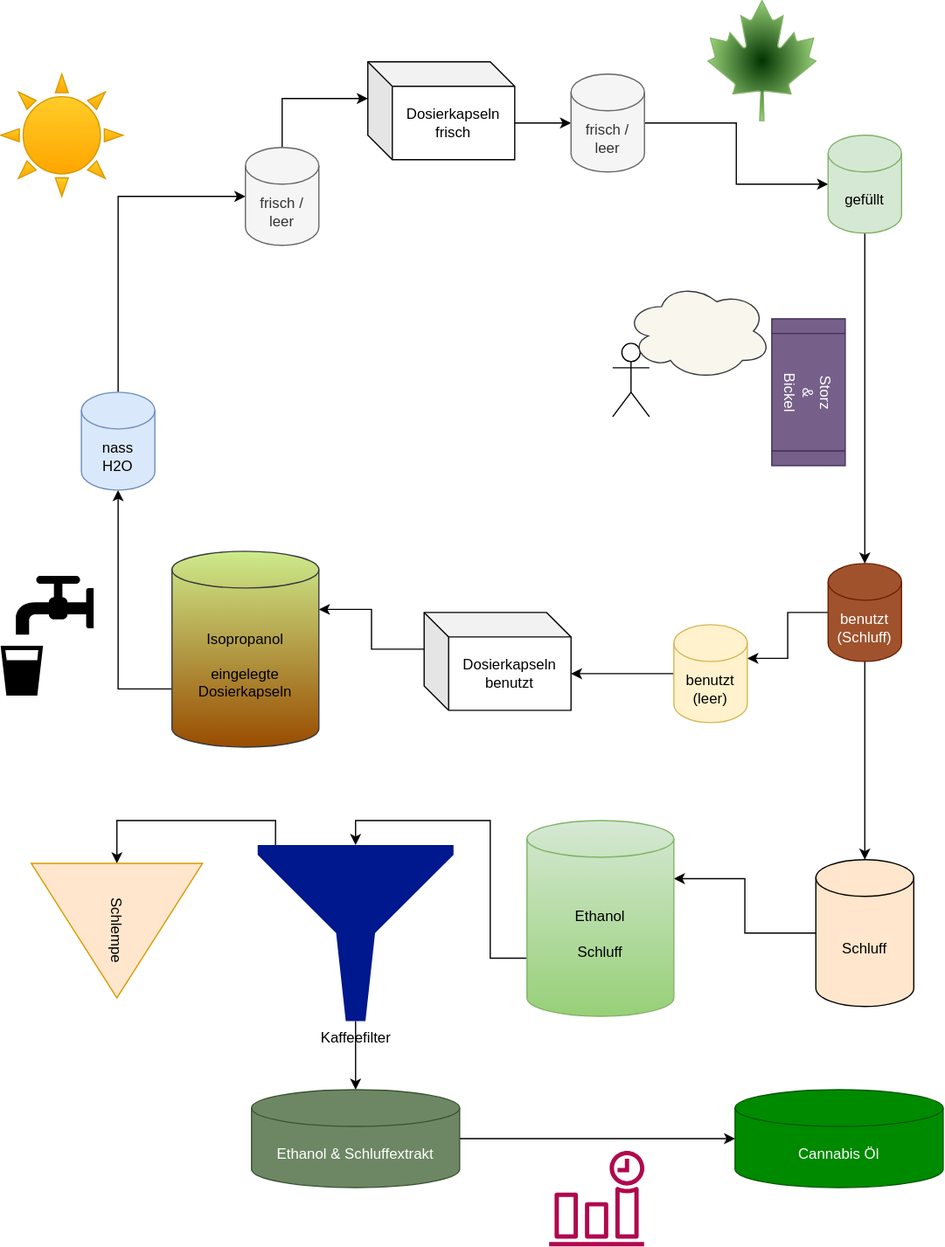
Above: fotzbeck/schluff/SundB-Workflow.drawio.svg in k3daevin/k3daevin.github.io (draw.io), before the change. Source tidied: cells renumbered, new cells last; positions are measured from the earlier drawing's top-left corner, leaving out a move shared by most shapes.
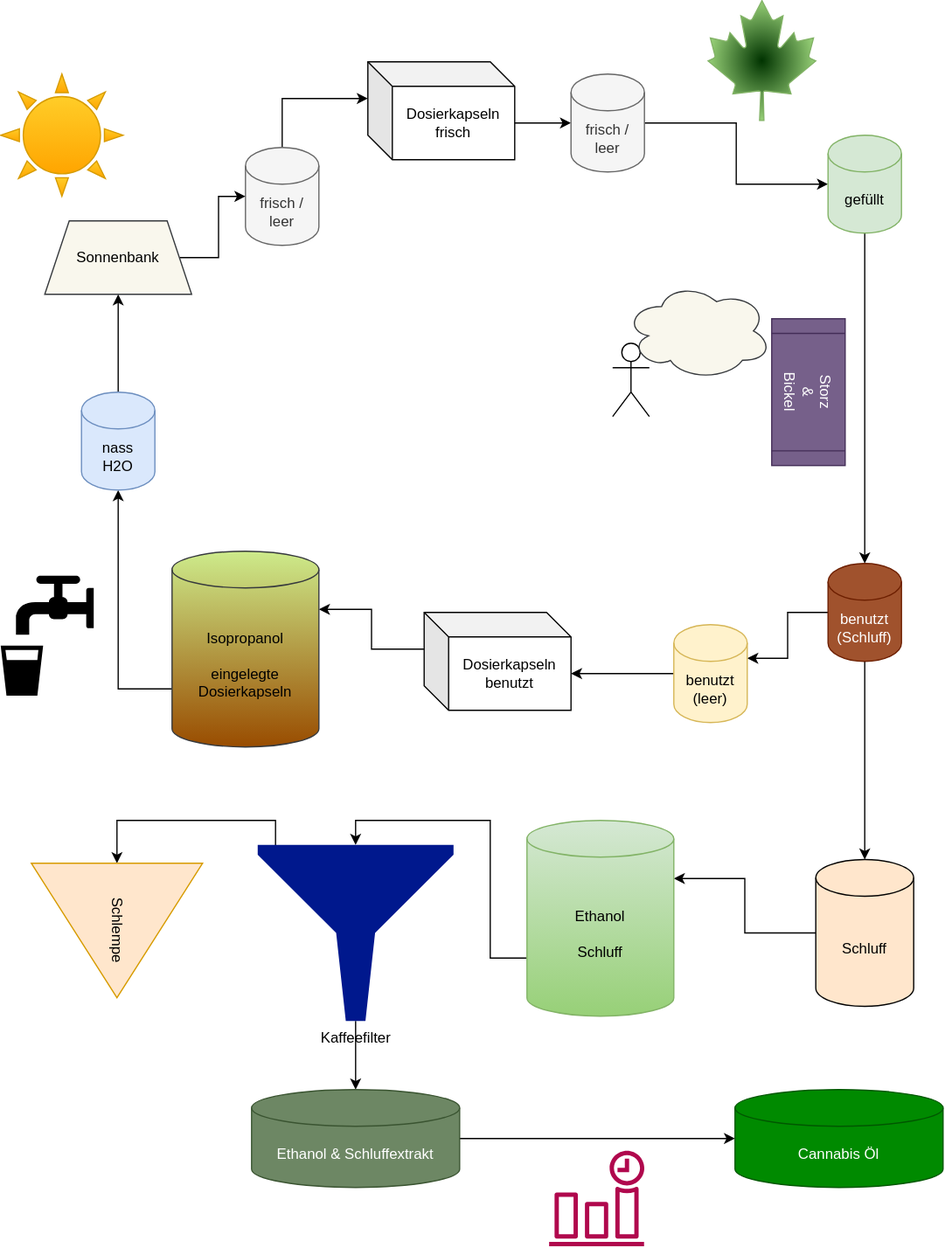
Later version of the same file.

Commit message:
mit router und legende

Diff of the diagram source:
```diff
@@ -62,9 +62,9 @@
     <mxCell id="21" style="shape=mxgraph.signs.food.drinking_water_2;html=1;fillColor=#000000;strokeColor=none;verticalLabelPosition=bottom;verticalAlign=top;align=center;" parent="1" vertex="1">
       <mxGeometry y="470" width="76" height="98" as="geometry" />
     </mxCell>
-    <mxCell id="22" style="edgeStyle=orthogonalEdgeStyle;rounded=0;jettySize=auto;html=1;exitX=0.5;exitY=0;exitDx=0;exitDy=0;exitPerimeter=0;entryX=0;entryY=0.5;entryDx=0;entryDy=0;entryPerimeter=0;" parent="1" edge="1" source="23" target="26">
-      <mxGeometry relative="1" as="geometry" />
-    </mxCell>
+    <mxCell id="39" style="edgeStyle=orthogonalEdgeStyle;rounded=0;jettySize=auto;html=1;exitX=0.5;exitY=0;exitDx=0;exitDy=0;exitPerimeter=0;entryX=0.5;entryY=1;entryDx=0;entryDy=0;" parent="1" edge="1" source="23" target="41">
+      <mxGeometry relative="1" as="geometry" />
+    </mxCell>
     <mxCell id="23" value="nass&lt;br&gt;H2O" style="shape=cylinder3;whiteSpace=wrap;html=1;boundedLbl=1;backgroundOutline=1;size=15;fillColor=#dae8fc;strokeColor=#6c8ebf;" parent="1" vertex="1">
       <mxGeometry x="66" y="320" width="60" height="80" as="geometry" />
     </mxCell>
@@ -113,5 +113,11 @@
     <mxCell id="38" style="sketch=0;fontColor=#232F3E;gradientColor=none;fillColor=#B0084D;strokeColor=none;dashed=0;verticalLabelPosition=bottom;verticalAlign=top;align=center;html=1;fontSize=12;fontStyle=0;shape=mxgraph.aws4.event_time_based;" parent="1" vertex="1">
       <mxGeometry x="448" y="940" width="78" height="78" as="geometry" />
     </mxCell>
+    <mxCell id="40" style="edgeStyle=orthogonalEdgeStyle;rounded=0;jettySize=auto;html=1;exitX=1;exitY=0.5;exitDx=0;exitDy=0;entryX=0;entryY=0.5;entryDx=0;entryDy=0;entryPerimeter=0;" parent="1" edge="1" source="41" target="26">
+      <mxGeometry relative="1" as="geometry" />
+    </mxCell>
+    <mxCell id="41" value="Sonnenbank" style="shape=trapezoid;perimeter=trapezoidPerimeter;whiteSpace=wrap;html=1;fixedSize=1;strokeColor=#36393d;fillColor=#f9f7ed;gradientDirection=radial;" parent="1" vertex="1">
+      <mxGeometry x="36" y="180" width="120" height="60" as="geometry" />
+    </mxCell>
   </root>
 </mxGraphModel>
```
